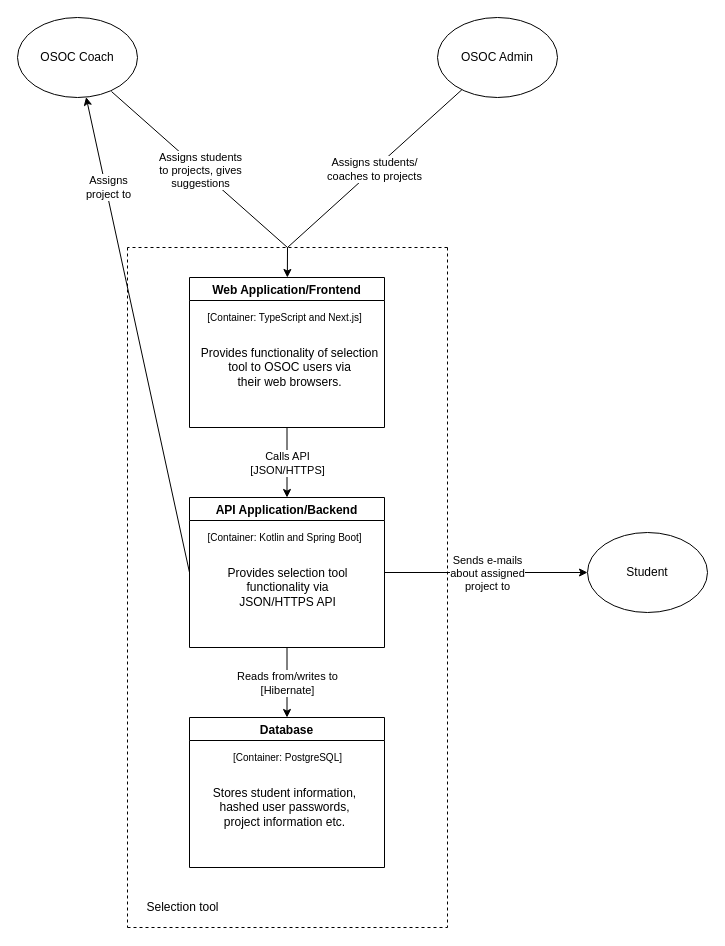
Above: docs/C4_container_diagram.drawio in SELab-2/OSOC-1 (draw.io), before the change. Source tidied: cells renumbered, new cells numbered last; positions are measured from the earlier drawing's top-left corner, leaving out a move shared by most shapes. Both pictures are drawn from the tidied source at 100%, with x=0, y=0 at pixel (17, 17).
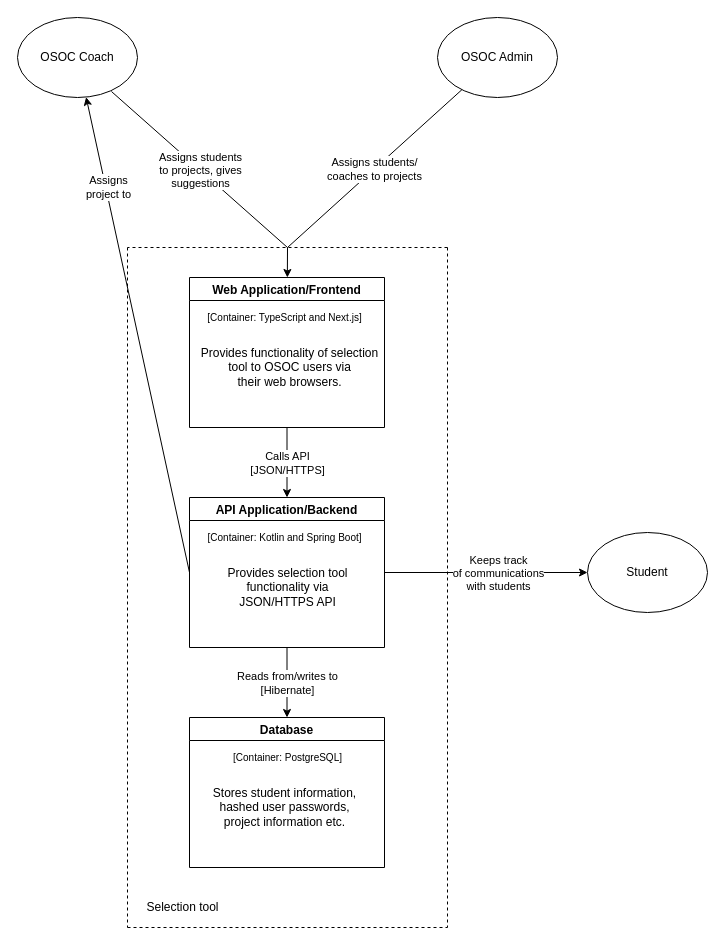
Above is the later version.

Unchanged cells that the change refers to:
```xml
<mxCell id="23" style="endArrow=classic;html=1;rounded=0;fontSize=12;exitX=1;exitY=0.5;exitDx=0;exitDy=0;" parent="1" edge="1" source="12" target="22">
  <mxGeometry relative="1" as="geometry" />
</mxCell>
```

Change to the diagram source:
```diff
@@
-    <mxCell id="24" value="&lt;div style=&quot;font-size: 11px&quot;&gt;&lt;font style=&quot;font-size: 11px&quot;&gt;Sends e-mails&lt;/font&gt;&lt;/div&gt;&lt;div style=&quot;font-size: 11px&quot;&gt;&lt;font style=&quot;font-size: 11px&quot;&gt;about assigned&lt;/font&gt;&lt;/div&gt;&lt;div style=&quot;font-size: 11px&quot;&gt;&lt;font style=&quot;font-size: 11px&quot;&gt;project to&lt;br&gt;&lt;/font&gt;&lt;/div&gt;" style="edgeLabel;html=1;align=center;verticalAlign=middle;fontSize=12;" parent="23" vertex="1">
-      <mxGeometry relative="1" as="geometry" />
+    <mxCell id="24" value="&lt;div style=&quot;font-size: 11px&quot;&gt;&lt;font style=&quot;font-size: 11px&quot;&gt;Keeps track&lt;/font&gt;&lt;/div&gt;&lt;div style=&quot;font-size: 11px&quot;&gt;&lt;font style=&quot;font-size: 11px&quot;&gt;of communications&lt;/font&gt;&lt;/div&gt;&lt;div style=&quot;font-size: 11px&quot;&gt;&lt;font style=&quot;font-size: 11px&quot;&gt;with students&lt;br&gt;&lt;/font&gt;&lt;/div&gt;" style="edgeLabel;html=1;align=center;verticalAlign=middle;fontSize=12;" parent="23" vertex="1">
+      <mxGeometry relative="1" as="geometry">
+        <mxPoint x="11" as="offset" />
+      </mxGeometry>
     </mxCell>
```
